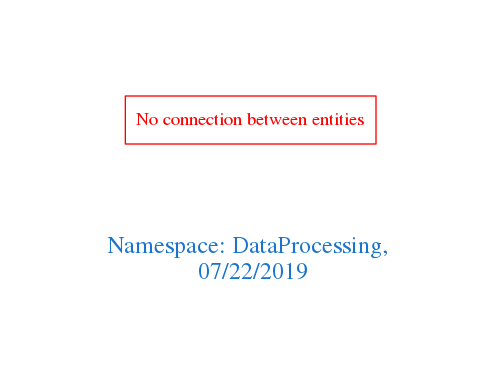
The Graphviz diagram downloads/DataProcessing.png in arago/OGIT, before a commit. Its source is kept beside it as downloads/DataProcessing.dot.
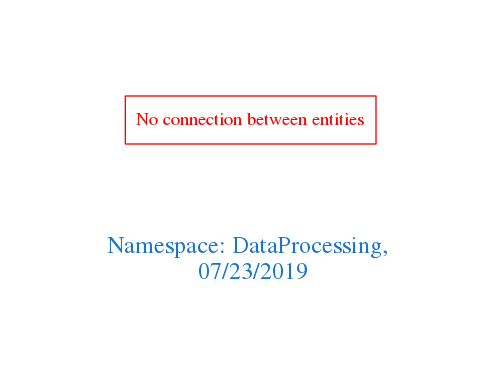
After the change.

Change to the diagram source:
```diff
@@ -1,7 +1,7 @@
 digraph OGIT_ontology {
  graph [ rankdir= LR,pad=1
 fontsize = 18,
-fontcolor= dodgerblue3,label = "\n\n\nNamespace: DataProcessing, \n 07/22/2019"];
+fontcolor= dodgerblue3,label = "\n\n\nNamespace: DataProcessing, \n 07/23/2019"];
 node[shape=polygon];
 edge [  color="gray81"];
 
```
